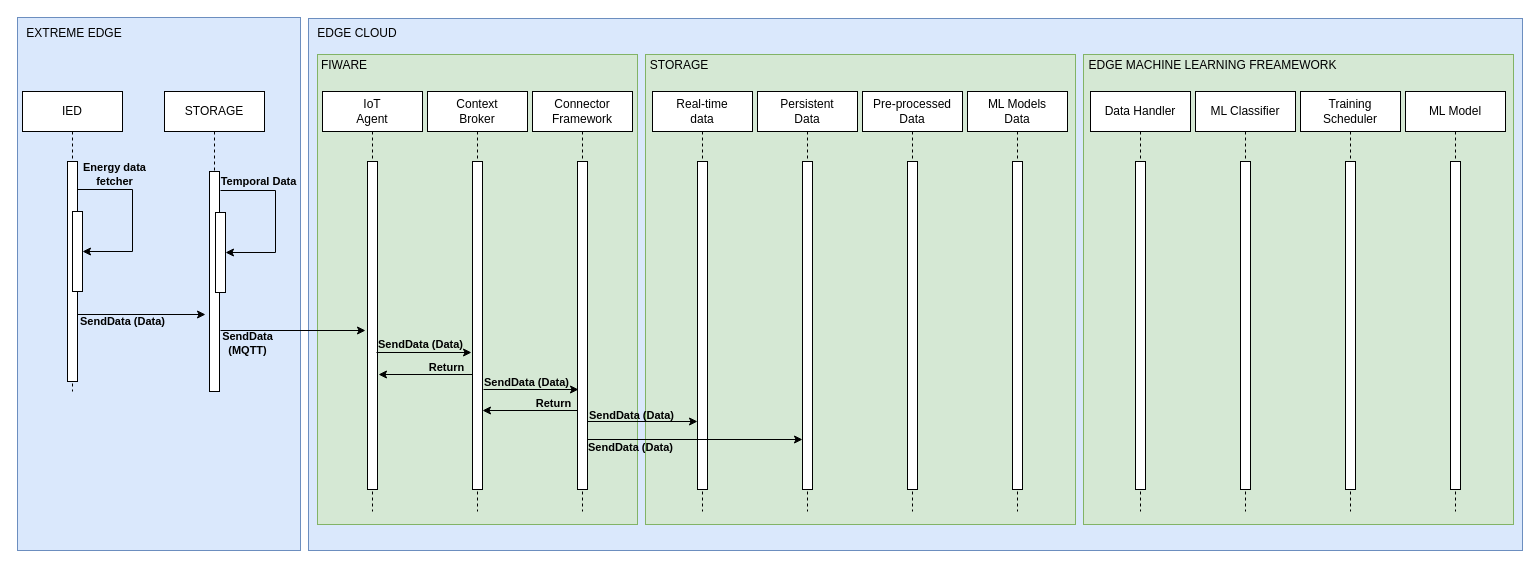
The draw.io diagram Diagrama sem nome.drawio in pauloeugenio/api-dataDocker, before the edit. Source tidied: cells renumbered, new cells numbered last; positions are measured from the earlier drawing's top-left corner, leaving out a move shared by most shapes. Both pictures are drawn from the tidied source at 100%, with x=0, y=0 at pixel (17, 17).
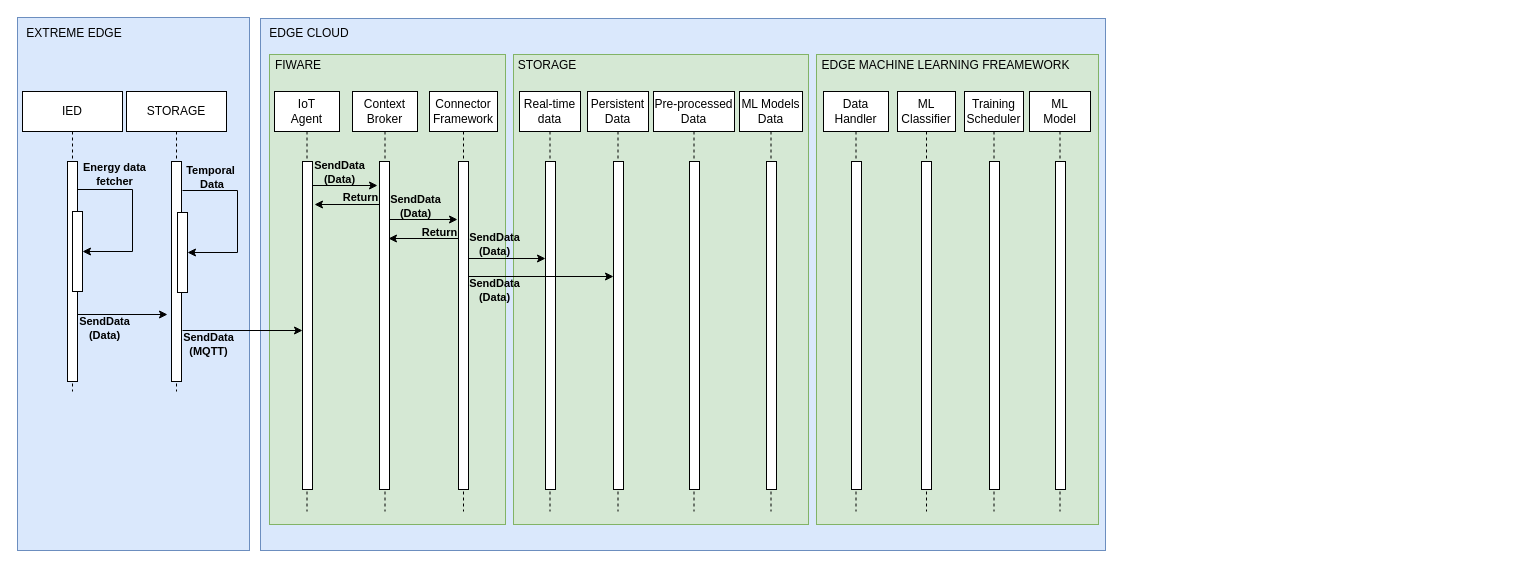
The same page after the edit.

What changed in the source:
```diff
@@
     <mxCell id="2" style="rounded=0;whiteSpace=wrap;html=1;fillColor=#dae8fc;strokeColor=#6c8ebf;" parent="1" vertex="1">
-      <mxGeometry width="283" height="533" as="geometry" />
+      <mxGeometry width="232" height="533" as="geometry" />
     </mxCell>
@@
     <mxCell id="8" value="STORAGE" style="shape=umlLifeline;perimeter=lifelinePerimeter;whiteSpace=wrap;html=1;newEdgeStyle={&quot;edgeStyle&quot;:&quot;elbowEdgeStyle&quot;,&quot;elbow&quot;:&quot;vertical&quot;,&quot;curved&quot;:0,&quot;rounded&quot;:0};" parent="1" vertex="1">
-      <mxGeometry x="147" y="74" width="100" height="300" as="geometry" />
+      <mxGeometry x="109" y="74" width="100" height="300" as="geometry" />
     </mxCell>
     <mxCell id="9" style="html=1;perimeter=orthogonalPerimeter;targetShapes=umlLifeline;newEdgeStyle={&quot;edgeStyle&quot;:&quot;elbowEdgeStyle&quot;,&quot;elbow&quot;:&quot;vertical&quot;,&quot;curved&quot;:0,&quot;rounded&quot;:0};" parent="8" vertex="1">
-      <mxGeometry x="45" y="80" width="10" height="220" as="geometry" />
+      <mxGeometry x="45" y="70" width="10" height="220" as="geometry" />
     </mxCell>
@@
     <mxCell id="11" style="endArrow=classic;html=1;rounded=0;" parent="1" edge="1">
       <mxGeometry relative="1" as="geometry">
         <mxPoint x="60" y="297" as="sourcePoint" />
-        <mxPoint x="188" y="297" as="targetPoint" />
+        <mxPoint x="150" y="297" as="targetPoint" />
       </mxGeometry>
     </mxCell>
-    <mxCell id="12" value="SendData (Data)" style="edgeLabel;html=1;align=center;verticalAlign=middle;labelBackgroundColor=none;fontStyle=1;" parent="11" vertex="1">
+    <mxCell id="12" value="SendData&lt;br&gt;(Data)" style="edgeLabel;html=1;align=center;verticalAlign=middle;labelBackgroundColor=none;fontStyle=1;" parent="11" vertex="1">
       <mxGeometry x="0.22" y="1" relative="1" as="geometry">
-        <mxPoint x="-34" y="7" as="offset" />
+        <mxPoint x="-29" y="14" as="offset" />
       </mxGeometry>
     </mxCell>
     <mxCell id="13" style="html=1;points=[];perimeter=orthogonalPerimeter;outlineConnect=0;targetShapes=umlLifeline;portConstraint=eastwest;newEdgeStyle={&quot;edgeStyle&quot;:&quot;elbowEdgeStyle&quot;,&quot;elbow&quot;:&quot;vertical&quot;,&quot;curved&quot;:0,&quot;rounded&quot;:0};" parent="1" vertex="1">
-      <mxGeometry x="198" y="195" width="10" height="80" as="geometry" />
+      <mxGeometry x="160" y="195" width="10" height="80" as="geometry" />
     </mxCell>
     <mxCell id="14" style="endArrow=classic;html=1;rounded=0;" parent="1" edge="1" target="13">
       <mxGeometry relative="1" as="geometry">
-        <mxPoint x="203" y="173" as="sourcePoint" />
+        <mxPoint x="165" y="173" as="sourcePoint" />
         <Array as="points">
-          <mxPoint x="258" y="173" />
-          <mxPoint x="258" y="235" />
+          <mxPoint x="220" y="173" />
+          <mxPoint x="220" y="235" />
         </Array>
       </mxGeometry>
     </mxCell>
-    <mxCell id="15" value="Temporal Data" style="edgeLabel;html=1;align=center;verticalAlign=middle;labelBackgroundColor=none;fontStyle=1;" parent="14" vertex="1">
+    <mxCell id="15" value="Temporal&lt;br&gt;&amp;nbsp;Data" style="edgeLabel;html=1;align=center;verticalAlign=middle;labelBackgroundColor=none;fontStyle=1;" parent="14" vertex="1">
       <mxGeometry x="-0.5" y="1" relative="1" as="geometry">
-        <mxPoint x="-5" y="-9" as="offset" />
+        <mxPoint x="-15" y="-13" as="offset" />
       </mxGeometry>
     </mxCell>
     <mxCell id="16" style="rounded=0;whiteSpace=wrap;html=1;fillColor=#dae8fc;strokeColor=#6c8ebf;" parent="1" vertex="1">
-      <mxGeometry x="291" y="1" width="1214" height="532" as="geometry" />
+      <mxGeometry x="243" y="1" width="845" height="532" as="geometry" />
     </mxCell>
     <mxCell id="17" value="EDGE CLOUD" style="text;html=1;strokeColor=none;fillColor=none;align=center;verticalAlign=middle;whiteSpace=wrap;rounded=0;" parent="1" vertex="1">
-      <mxGeometry x="283" y="1" width="114" height="30" as="geometry" />
+      <mxGeometry x="235" y="1" width="114" height="30" as="geometry" />
     </mxCell>
     <mxCell id="18" style="rounded=0;whiteSpace=wrap;html=1;fillColor=#d5e8d4;strokeColor=#82b366;" parent="1" vertex="1">
-      <mxGeometry x="300" y="37" width="320" height="470" as="geometry" />
+      <mxGeometry x="252" y="37" width="236" height="470" as="geometry" />
     </mxCell>
     <mxCell id="19" value="FIWARE" style="text;html=1;strokeColor=none;fillColor=none;align=center;verticalAlign=middle;whiteSpace=wrap;rounded=0;" parent="1" vertex="1">
-      <mxGeometry x="270" y="33" width="114" height="30" as="geometry" />
+      <mxGeometry x="224" y="33" width="114" height="30" as="geometry" />
     </mxCell>
     <mxCell id="20" value="IoT &lt;br&gt;Agent" style="shape=umlLifeline;perimeter=lifelinePerimeter;whiteSpace=wrap;html=1;newEdgeStyle={&quot;edgeStyle&quot;:&quot;elbowEdgeStyle&quot;,&quot;elbow&quot;:&quot;vertical&quot;,&quot;curved&quot;:0,&quot;rounded&quot;:0};" parent="1" vertex="1">
-      <mxGeometry x="305" y="74" width="100" height="420" as="geometry" />
+      <mxGeometry x="257" y="74" width="65" height="420" as="geometry" />
     </mxCell>
     <mxCell id="21" style="html=1;points=[];perimeter=orthogonalPerimeter;outlineConnect=0;targetShapes=umlLifeline;portConstraint=eastwest;newEdgeStyle={&quot;edgeStyle&quot;:&quot;elbowEdgeStyle&quot;,&quot;elbow&quot;:&quot;vertical&quot;,&quot;curved&quot;:0,&quot;rounded&quot;:0};" parent="20" vertex="1">
-      <mxGeometry x="45" y="70" width="10" height="328" as="geometry" />
+      <mxGeometry x="28" y="70" width="10" height="328" as="geometry" />
     </mxCell>
     <mxCell id="22" value="Context&lt;br&gt;Broker" style="shape=umlLifeline;perimeter=lifelinePerimeter;whiteSpace=wrap;html=1;newEdgeStyle={&quot;edgeStyle&quot;:&quot;elbowEdgeStyle&quot;,&quot;elbow&quot;:&quot;vertical&quot;,&quot;curved&quot;:0,&quot;rounded&quot;:0};" parent="1" vertex="1">
-      <mxGeometry x="410" y="74" width="100" height="420" as="geometry" />
+      <mxGeometry x="335" y="74" width="65" height="420" as="geometry" />
     </mxCell>
     <mxCell id="23" style="html=1;points=[];perimeter=orthogonalPerimeter;outlineConnect=0;targetShapes=umlLifeline;portConstraint=eastwest;newEdgeStyle={&quot;edgeStyle&quot;:&quot;elbowEdgeStyle&quot;,&quot;elbow&quot;:&quot;vertical&quot;,&quot;curved&quot;:0,&quot;rounded&quot;:0};" parent="22" vertex="1">
-      <mxGeometry x="45" y="70" width="10" height="328" as="geometry" />
+      <mxGeometry x="27" y="70" width="10" height="328" as="geometry" />
     </mxCell>
     <mxCell id="24" value="Connector&lt;br&gt;Framework" style="shape=umlLifeline;perimeter=lifelinePerimeter;whiteSpace=wrap;html=1;newEdgeStyle={&quot;edgeStyle&quot;:&quot;elbowEdgeStyle&quot;,&quot;elbow&quot;:&quot;vertical&quot;,&quot;curved&quot;:0,&quot;rounded&quot;:0};" parent="1" vertex="1">
-      <mxGeometry x="515" y="74" width="100" height="420" as="geometry" />
+      <mxGeometry x="412" y="74" width="68" height="420" as="geometry" />
     </mxCell>
     <mxCell id="25" style="html=1;points=[];perimeter=orthogonalPerimeter;outlineConnect=0;targetShapes=umlLifeline;portConstraint=eastwest;newEdgeStyle={&quot;edgeStyle&quot;:&quot;elbowEdgeStyle&quot;,&quot;elbow&quot;:&quot;vertical&quot;,&quot;curved&quot;:0,&quot;rounded&quot;:0};" parent="24" vertex="1">
-      <mxGeometry x="45" y="70" width="10" height="328" as="geometry" />
+      <mxGeometry x="29" y="70" width="10" height="328" as="geometry" />
     </mxCell>
-    <mxCell id="26" style="endArrow=classic;html=1;rounded=0;" parent="1" edge="1">
+    <mxCell id="26" style="endArrow=classic;html=1;rounded=0;" parent="1" edge="1" target="21">
       <mxGeometry relative="1" as="geometry">
-        <mxPoint x="203" y="313" as="sourcePoint" />
-        <mxPoint x="348" y="313" as="targetPoint" />
+        <mxPoint x="165" y="313" as="sourcePoint" />
       </mxGeometry>
     </mxCell>
     <mxCell id="27" value="SendData &lt;br&gt;(MQTT)" style="edgeLabel;html=1;align=center;verticalAlign=middle;labelBackgroundColor=none;fontStyle=1;" parent="26" vertex="1">
       <mxGeometry x="-0.36" y="3" relative="1" as="geometry">
-        <mxPoint x="-20" y="15" as="offset" />
+        <mxPoint x="-13" y="16" as="offset" />
       </mxGeometry>
     </mxCell>
     <mxCell id="28" style="endArrow=classic;html=1;rounded=0;" parent="1" edge="1">
       <mxGeometry relative="1" as="geometry">
-        <mxPoint x="359" y="335" as="sourcePoint" />
-        <mxPoint x="454" y="335" as="targetPoint" />
+        <mxPoint x="295" y="168" as="sourcePoint" />
+        <mxPoint x="360" y="168" as="targetPoint" />
       </mxGeometry>
     </mxCell>
-    <mxCell id="29" value="SendData (Data)" style="edgeLabel;html=1;align=center;verticalAlign=middle;fontStyle=1;labelBackgroundColor=none;" parent="28" vertex="1">
+    <mxCell id="29" value="SendData &lt;br&gt;(Data)" style="edgeLabel;html=1;align=center;verticalAlign=middle;fontStyle=1;labelBackgroundColor=none;" parent="28" vertex="1">
       <mxGeometry x="0.41" relative="1" as="geometry">
-        <mxPoint x="-24" y="-9" as="offset" />
+        <mxPoint x="-20" y="-14" as="offset" />
       </mxGeometry>
     </mxCell>
-    <mxCell id="30" style="endArrow=classic;html=1;rounded=0;" parent="1" edge="1">
+    <mxCell id="30" style="endArrow=classic;html=1;rounded=0;" parent="1" edge="1" source="23">
       <mxGeometry relative="1" as="geometry">
-        <mxPoint x="455" y="357" as="sourcePoint" />
-        <mxPoint x="361" y="357" as="targetPoint" />
+        <mxPoint x="297" y="187" as="targetPoint" />
       </mxGeometry>
     </mxCell>
     <mxCell id="31" value="Return" style="edgeLabel;html=1;align=center;verticalAlign=middle;fontStyle=1;labelBackgroundColor=none;" parent="30" vertex="1">
       <mxGeometry x="0.42" relative="1" as="geometry">
-        <mxPoint x="40" y="-8" as="offset" />
+        <mxPoint x="26" y="-8" as="offset" />
       </mxGeometry>
     </mxCell>
     <mxCell id="32" style="endArrow=classic;html=1;rounded=0;" parent="1" edge="1">
       <mxGeometry relative="1" as="geometry">
-        <mxPoint x="466" y="372" as="sourcePoint" />
-        <mxPoint x="561" y="372" as="targetPoint" />
+        <mxPoint x="372" y="202" as="sourcePoint" />
+        <mxPoint x="440" y="202" as="targetPoint" />
       </mxGeometry>
     </mxCell>
-    <mxCell id="33" value="SendData (Data)" style="edgeLabel;html=1;align=center;verticalAlign=middle;fontStyle=1;labelBackgroundColor=none;" parent="32" vertex="1">
+    <mxCell id="33" value="SendData&lt;br&gt;(Data)" style="edgeLabel;html=1;align=center;verticalAlign=middle;fontStyle=1;labelBackgroundColor=none;" parent="32" vertex="1">
       <mxGeometry x="0.41" relative="1" as="geometry">
-        <mxPoint x="-25" y="-8" as="offset" />
+        <mxPoint x="-23" y="-14" as="offset" />
       </mxGeometry>
     </mxCell>
-    <mxCell id="34" style="endArrow=classic;html=1;rounded=0;" parent="1" edge="1" source="25">
+    <mxCell id="34" style="endArrow=classic;html=1;rounded=0;" parent="1" edge="1">
       <mxGeometry relative="1" as="geometry">
-        <mxPoint x="465" y="393" as="targetPoint" />
+        <mxPoint x="441" y="221" as="sourcePoint" />
+        <mxPoint x="371" y="221" as="targetPoint" />
       </mxGeometry>
     </mxCell>
     <mxCell id="35" value="Return" style="edgeLabel;html=1;align=center;verticalAlign=middle;fontStyle=1;labelBackgroundColor=none;" parent="34" vertex="1">
       <mxGeometry x="0.42" relative="1" as="geometry">
-        <mxPoint x="42" y="-8" as="offset" />
+        <mxPoint x="30" y="-7" as="offset" />
       </mxGeometry>
     </mxCell>
     <mxCell id="36" style="rounded=0;whiteSpace=wrap;html=1;fillColor=#d5e8d4;strokeColor=#82b366;" parent="1" vertex="1">
-      <mxGeometry x="628" y="37" width="430" height="470" as="geometry" />
+      <mxGeometry x="496" y="37" width="295" height="470" as="geometry" />
     </mxCell>
     <mxCell id="37" value="Real-time&lt;br&gt;data" style="shape=umlLifeline;perimeter=lifelinePerimeter;whiteSpace=wrap;html=1;newEdgeStyle={&quot;edgeStyle&quot;:&quot;elbowEdgeStyle&quot;,&quot;elbow&quot;:&quot;vertical&quot;,&quot;curved&quot;:0,&quot;rounded&quot;:0};" parent="1" vertex="1">
-      <mxGeometry x="635" y="74" width="100" height="420" as="geometry" />
+      <mxGeometry x="502" y="74" width="61" height="420" as="geometry" />
     </mxCell>
     <mxCell id="38" style="html=1;points=[];perimeter=orthogonalPerimeter;outlineConnect=0;targetShapes=umlLifeline;portConstraint=eastwest;newEdgeStyle={&quot;edgeStyle&quot;:&quot;elbowEdgeStyle&quot;,&quot;elbow&quot;:&quot;vertical&quot;,&quot;curved&quot;:0,&quot;rounded&quot;:0};" parent="37" vertex="1">
-      <mxGeometry x="45" y="70" width="10" height="328" as="geometry" />
+      <mxGeometry x="26" y="70" width="10" height="328" as="geometry" />
     </mxCell>
     <mxCell id="39" value="Persistent&lt;br&gt;Data" style="shape=umlLifeline;perimeter=lifelinePerimeter;whiteSpace=wrap;html=1;newEdgeStyle={&quot;edgeStyle&quot;:&quot;elbowEdgeStyle&quot;,&quot;elbow&quot;:&quot;vertical&quot;,&quot;curved&quot;:0,&quot;rounded&quot;:0};" parent="1" vertex="1">
-      <mxGeometry x="740" y="74" width="100" height="420" as="geometry" />
+      <mxGeometry x="570" y="74" width="61" height="420" as="geometry" />
     </mxCell>
     <mxCell id="40" style="html=1;points=[];perimeter=orthogonalPerimeter;outlineConnect=0;targetShapes=umlLifeline;portConstraint=eastwest;newEdgeStyle={&quot;edgeStyle&quot;:&quot;elbowEdgeStyle&quot;,&quot;elbow&quot;:&quot;vertical&quot;,&quot;curved&quot;:0,&quot;rounded&quot;:0};" parent="39" vertex="1">
-      <mxGeometry x="45" y="70" width="10" height="328" as="geometry" />
+      <mxGeometry x="26" y="70" width="10" height="328" as="geometry" />
     </mxCell>
     <mxCell id="41" value="Pre-processed&lt;br&gt;Data" style="shape=umlLifeline;perimeter=lifelinePerimeter;whiteSpace=wrap;html=1;newEdgeStyle={&quot;edgeStyle&quot;:&quot;elbowEdgeStyle&quot;,&quot;elbow&quot;:&quot;vertical&quot;,&quot;curved&quot;:0,&quot;rounded&quot;:0};" parent="1" vertex="1">
-      <mxGeometry x="845" y="74" width="100" height="420" as="geometry" />
+      <mxGeometry x="636" y="74" width="81" height="420" as="geometry" />
     </mxCell>
     <mxCell id="42" style="html=1;perimeter=orthogonalPerimeter;targetShapes=umlLifeline;newEdgeStyle={&quot;edgeStyle&quot;:&quot;elbowEdgeStyle&quot;,&quot;elbow&quot;:&quot;vertical&quot;,&quot;curved&quot;:0,&quot;rounded&quot;:0};" parent="41" vertex="1">
-      <mxGeometry x="45" y="70" width="10" height="328" as="geometry" />
+      <mxGeometry x="36" y="70" width="10" height="328" as="geometry" />
     </mxCell>
     <mxCell id="43" value="ML Models &lt;br&gt;Data" style="shape=umlLifeline;perimeter=lifelinePerimeter;whiteSpace=wrap;html=1;newEdgeStyle={&quot;edgeStyle&quot;:&quot;elbowEdgeStyle&quot;,&quot;elbow&quot;:&quot;vertical&quot;,&quot;curved&quot;:0,&quot;rounded&quot;:0};" parent="1" vertex="1">
-      <mxGeometry x="950" y="74" width="100" height="420" as="geometry" />
+      <mxGeometry x="722" y="74" width="63" height="420" as="geometry" />
     </mxCell>
     <mxCell id="44" style="html=1;perimeter=orthogonalPerimeter;targetShapes=umlLifeline;newEdgeStyle={&quot;edgeStyle&quot;:&quot;elbowEdgeStyle&quot;,&quot;elbow&quot;:&quot;vertical&quot;,&quot;curved&quot;:0,&quot;rounded&quot;:0};" parent="43" vertex="1">
-      <mxGeometry x="45" y="70" width="10" height="328" as="geometry" />
+      <mxGeometry x="27" y="70" width="10" height="328" as="geometry" />
     </mxCell>
     <mxCell id="45" value="STORAGE" style="text;html=1;strokeColor=none;fillColor=none;align=center;verticalAlign=middle;whiteSpace=wrap;rounded=0;" parent="1" vertex="1">
-      <mxGeometry x="605" y="33" width="114" height="30" as="geometry" />
+      <mxGeometry x="473" y="33" width="114" height="30" as="geometry" />
     </mxCell>
-    <mxCell id="46" style="endArrow=classic;html=1;rounded=0;" parent="1" edge="1">
+    <mxCell id="46" style="endArrow=classic;html=1;rounded=0;" parent="1" edge="1" target="38">
       <mxGeometry relative="1" as="geometry">
-        <mxPoint x="570" y="404" as="sourcePoint" />
-        <mxPoint x="680" y="404" as="targetPoint" />
+        <mxPoint x="451" y="241" as="sourcePoint" />
       </mxGeometry>
     </mxCell>
-    <mxCell id="47" value="SendData (Data)" style="edgeLabel;html=1;align=center;verticalAlign=middle;labelBackgroundColor=none;fontStyle=1;" parent="46" vertex="1">
+    <mxCell id="47" value="SendData&lt;br&gt;(Data)" style="edgeLabel;html=1;align=center;verticalAlign=middle;labelBackgroundColor=none;fontStyle=1;" parent="46" vertex="1">
       <mxGeometry x="0.22" y="1" relative="1" as="geometry">
-        <mxPoint x="-24" y="-6" as="offset" />
+        <mxPoint x="-22" y="-14" as="offset" />
       </mxGeometry>
     </mxCell>
     <mxCell id="48" style="endArrow=classic;html=1;rounded=0;" parent="1" edge="1" target="40">
       <mxGeometry relative="1" as="geometry">
-        <mxPoint x="570" y="422" as="sourcePoint" />
+        <mxPoint x="451" y="259" as="sourcePoint" />
       </mxGeometry>
     </mxCell>
-    <mxCell id="49" value="SendData (Data)" style="edgeLabel;html=1;align=center;verticalAlign=middle;labelBackgroundColor=none;fontStyle=1;" parent="48" vertex="1">
-      <mxGeometry x="0.22" y="1" relative="1" as="geometry">
-        <mxPoint x="-89" y="8" as="offset" />
-      </mxGeometry>
-    </mxCell>
     <mxCell id="50" style="rounded=0;whiteSpace=wrap;html=1;fillColor=#d5e8d4;strokeColor=#82b366;" parent="1" vertex="1">
-      <mxGeometry x="1066" y="37" width="430" height="470" as="geometry" />
+      <mxGeometry x="799" y="37" width="282" height="470" as="geometry" />
     </mxCell>
-    <mxCell id="51" value="Data Handler" style="shape=umlLifeline;perimeter=lifelinePerimeter;whiteSpace=wrap;html=1;newEdgeStyle={&quot;edgeStyle&quot;:&quot;elbowEdgeStyle&quot;,&quot;elbow&quot;:&quot;vertical&quot;,&quot;curved&quot;:0,&quot;rounded&quot;:0};" parent="1" vertex="1">
-      <mxGeometry x="1073" y="74" width="100" height="420" as="geometry" />
+    <mxCell id="51" value="Data &lt;br&gt;Handler" style="shape=umlLifeline;perimeter=lifelinePerimeter;whiteSpace=wrap;html=1;newEdgeStyle={&quot;edgeStyle&quot;:&quot;elbowEdgeStyle&quot;,&quot;elbow&quot;:&quot;vertical&quot;,&quot;curved&quot;:0,&quot;rounded&quot;:0};" parent="1" vertex="1">
+      <mxGeometry x="806" y="74" width="65" height="420" as="geometry" />
     </mxCell>
     <mxCell id="52" style="html=1;perimeter=orthogonalPerimeter;targetShapes=umlLifeline;newEdgeStyle={&quot;edgeStyle&quot;:&quot;elbowEdgeStyle&quot;,&quot;elbow&quot;:&quot;vertical&quot;,&quot;curved&quot;:0,&quot;rounded&quot;:0};" parent="51" vertex="1">
-      <mxGeometry x="45" y="70" width="10" height="328" as="geometry" />
+      <mxGeometry x="28" y="70" width="10" height="328" as="geometry" />
     </mxCell>
-    <mxCell id="53" value="ML Classifier" style="shape=umlLifeline;perimeter=lifelinePerimeter;whiteSpace=wrap;html=1;newEdgeStyle={&quot;edgeStyle&quot;:&quot;elbowEdgeStyle&quot;,&quot;elbow&quot;:&quot;vertical&quot;,&quot;curved&quot;:0,&quot;rounded&quot;:0};" parent="1" vertex="1">
-      <mxGeometry x="1178" y="74" width="100" height="420" as="geometry" />
+    <mxCell id="53" value="ML&lt;br&gt;Classifier" style="shape=umlLifeline;perimeter=lifelinePerimeter;whiteSpace=wrap;html=1;newEdgeStyle={&quot;edgeStyle&quot;:&quot;elbowEdgeStyle&quot;,&quot;elbow&quot;:&quot;vertical&quot;,&quot;curved&quot;:0,&quot;rounded&quot;:0};" parent="1" vertex="1">
+      <mxGeometry x="880" y="74" width="58" height="420" as="geometry" />
     </mxCell>
     <mxCell id="54" style="html=1;perimeter=orthogonalPerimeter;targetShapes=umlLifeline;newEdgeStyle={&quot;edgeStyle&quot;:&quot;elbowEdgeStyle&quot;,&quot;elbow&quot;:&quot;vertical&quot;,&quot;curved&quot;:0,&quot;rounded&quot;:0};" parent="53" vertex="1">
-      <mxGeometry x="45" y="70" width="10" height="328" as="geometry" />
+      <mxGeometry x="24" y="70" width="10" height="328" as="geometry" />
     </mxCell>
     <mxCell id="55" value="Training Scheduler" style="shape=umlLifeline;perimeter=lifelinePerimeter;whiteSpace=wrap;html=1;newEdgeStyle={&quot;edgeStyle&quot;:&quot;elbowEdgeStyle&quot;,&quot;elbow&quot;:&quot;vertical&quot;,&quot;curved&quot;:0,&quot;rounded&quot;:0};" parent="1" vertex="1">
-      <mxGeometry x="1283" y="74" width="100" height="420" as="geometry" />
+      <mxGeometry x="947" y="74" width="59" height="420" as="geometry" />
     </mxCell>
     <mxCell id="56" style="html=1;perimeter=orthogonalPerimeter;targetShapes=umlLifeline;newEdgeStyle={&quot;edgeStyle&quot;:&quot;elbowEdgeStyle&quot;,&quot;elbow&quot;:&quot;vertical&quot;,&quot;curved&quot;:0,&quot;rounded&quot;:0};" parent="55" vertex="1">
-      <mxGeometry x="45" y="70" width="10" height="328" as="geometry" />
+      <mxGeometry x="25" y="70" width="10" height="328" as="geometry" />
     </mxCell>
-    <mxCell id="57" value="ML Model" style="shape=umlLifeline;perimeter=lifelinePerimeter;whiteSpace=wrap;html=1;newEdgeStyle={&quot;edgeStyle&quot;:&quot;elbowEdgeStyle&quot;,&quot;elbow&quot;:&quot;vertical&quot;,&quot;curved&quot;:0,&quot;rounded&quot;:0};" parent="1" vertex="1">
-      <mxGeometry x="1388" y="74" width="100" height="420" as="geometry" />
+    <mxCell id="57" value="ML &lt;br&gt;Model" style="shape=umlLifeline;perimeter=lifelinePerimeter;whiteSpace=wrap;html=1;newEdgeStyle={&quot;edgeStyle&quot;:&quot;elbowEdgeStyle&quot;,&quot;elbow&quot;:&quot;vertical&quot;,&quot;curved&quot;:0,&quot;rounded&quot;:0};" parent="1" vertex="1">
+      <mxGeometry x="1012" y="74" width="61" height="420" as="geometry" />
     </mxCell>
     <mxCell id="58" style="html=1;perimeter=orthogonalPerimeter;targetShapes=umlLifeline;newEdgeStyle={&quot;edgeStyle&quot;:&quot;elbowEdgeStyle&quot;,&quot;elbow&quot;:&quot;vertical&quot;,&quot;curved&quot;:0,&quot;rounded&quot;:0};" parent="57" vertex="1">
-      <mxGeometry x="45" y="70" width="10" height="328" as="geometry" />
+      <mxGeometry x="26" y="70" width="10" height="328" as="geometry" />
     </mxCell>
     <mxCell id="59" value="EDGE MACHINE LEARNING FREAMEWORK" style="text;html=1;strokeColor=none;fillColor=none;align=center;verticalAlign=middle;whiteSpace=wrap;rounded=0;" parent="1" vertex="1">
-      <mxGeometry x="1055" y="33" width="281" height="30" as="geometry" />
+      <mxGeometry x="788" y="33" width="281" height="30" as="geometry" />
     </mxCell>
+    <mxCell id="49" value="SendData&lt;br&gt;(Data)" style="edgeLabel;html=1;align=center;verticalAlign=middle;labelBackgroundColor=none;fontStyle=1;" parent="1" vertex="1">
+      <mxGeometry x="476" y="272" as="geometry" />
+    </mxCell>
```
